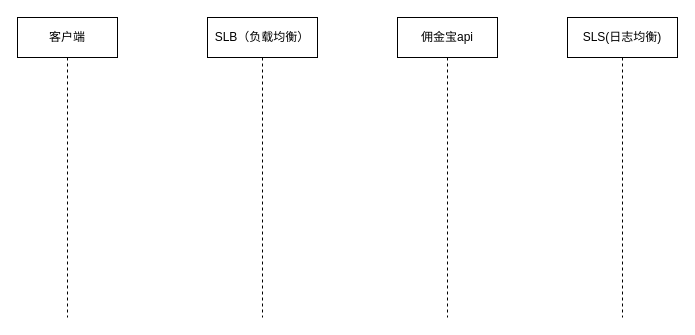
Above: Untitled Diagram.drawio in zhuobinchan/my_drow_io (draw.io), before the change. Source tidied: cells renumbered, new cells numbered last; positions are measured from the earlier drawing's top-left corner, leaving out a move shared by most shapes. Both pictures are drawn from the tidied source at 100%, with x=0, y=0 at pixel (17, 17).
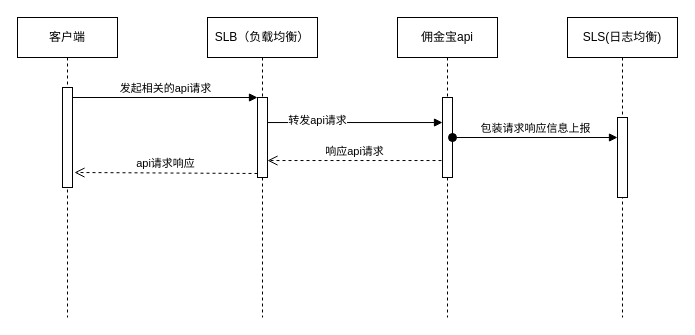
The same page after the edit.

The edit, as a diff of the source:
```diff
@@
 <mxGraphModel>
   <root>
     <mxCell id="0" />
     <mxCell id="1" parent="0" />
     <mxCell id="2" value="客户端" style="shape=umlLifeline;perimeter=lifelinePerimeter;whiteSpace=wrap;html=1;" parent="1" vertex="1">
       <mxGeometry width="100" height="300" as="geometry" />
     </mxCell>
+    <mxCell id="6" style="html=1;points=[];perimeter=orthogonalPerimeter;" parent="2" vertex="1">
+      <mxGeometry x="45" y="70" width="10" height="100" as="geometry" />
+    </mxCell>
     <mxCell id="3" value="SLB（负载均衡）" style="shape=umlLifeline;perimeter=lifelinePerimeter;whiteSpace=wrap;html=1;" parent="1" vertex="1">
       <mxGeometry x="190" width="110" height="300" as="geometry" />
     </mxCell>
+    <mxCell id="7" style="html=1;points=[];perimeter=orthogonalPerimeter;" parent="3" vertex="1">
+      <mxGeometry x="50" y="80" width="10" height="80" as="geometry" />
+    </mxCell>
     <mxCell id="4" value="佣金宝api" style="shape=umlLifeline;perimeter=lifelinePerimeter;whiteSpace=wrap;html=1;" parent="1" vertex="1">
       <mxGeometry x="380" width="100" height="300" as="geometry" />
     </mxCell>
+    <mxCell id="8" style="html=1;points=[];perimeter=orthogonalPerimeter;" parent="4" vertex="1">
+      <mxGeometry x="45" y="80" width="10" height="80" as="geometry" />
+    </mxCell>
     <mxCell id="5" value="SLS(日志均衡)" style="shape=umlLifeline;perimeter=lifelinePerimeter;whiteSpace=wrap;html=1;" parent="1" vertex="1">
       <mxGeometry x="550" width="110" height="300" as="geometry" />
     </mxCell>
+    <mxCell id="9" style="html=1;points=[];perimeter=orthogonalPerimeter;" parent="5" vertex="1">
+      <mxGeometry x="50" y="100" width="10" height="80" as="geometry" />
+    </mxCell>
+    <mxCell id="10" value="发起相关的api请求" style="html=1;verticalAlign=bottom;endArrow=block;entryX=0;entryY=0;" parent="1" edge="1" source="6" target="7">
+      <mxGeometry relative="1" as="geometry" />
+    </mxCell>
+    <mxCell id="11" value="api请求响应" style="html=1;verticalAlign=bottom;endArrow=open;dashed=1;endSize=8;exitX=0;exitY=0.95;entryX=1.2;entryY=0.85;entryDx=0;entryDy=0;entryPerimeter=0;" parent="1" edge="1" source="7" target="6">
+      <mxGeometry relative="1" as="geometry" />
+    </mxCell>
+    <mxCell id="12" style="html=1;verticalAlign=bottom;endArrow=block;entryX=0;entryY=0.313;entryDx=0;entryDy=0;entryPerimeter=0;" parent="1" edge="1" source="7" target="8">
+      <mxGeometry relative="1" as="geometry" />
+    </mxCell>
+    <mxCell id="13" value="转发api请求" style="edgeLabel;html=1;align=center;verticalAlign=middle;" parent="12" vertex="1">
+      <mxGeometry x="-0.44" y="3" relative="1" as="geometry" />
+    </mxCell>
+    <mxCell id="14" value="响应api请求" style="html=1;verticalAlign=bottom;endArrow=open;dashed=1;endSize=8;exitX=-0.1;exitY=0.788;exitDx=0;exitDy=0;exitPerimeter=0;" parent="1" edge="1" source="8" target="7">
+      <mxGeometry relative="1" as="geometry" />
+    </mxCell>
+    <mxCell id="15" value="包装请求响应信息上报" style="html=1;verticalAlign=bottom;startArrow=oval;endArrow=block;startSize=8;" parent="1" edge="1" source="8" target="9">
+      <mxGeometry relative="1" as="geometry" />
+    </mxCell>
   </root>
 </mxGraphModel>
```
